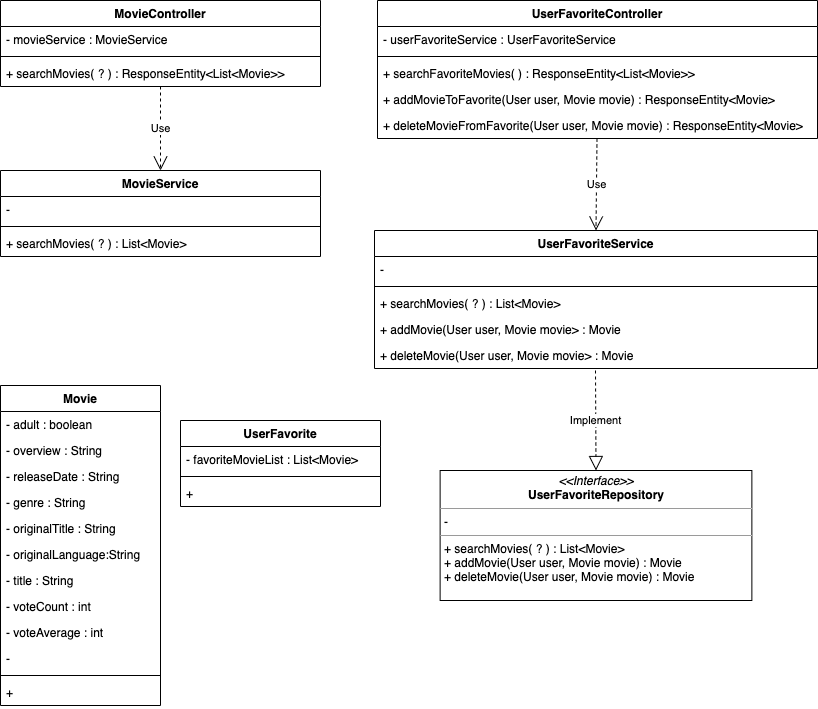
The draw.io diagram MovieAPI_ClassDiagram.png in sabomagicfeet/MovieAPI, before a commit. Source tidied: cells renumbered, new cells last; positions are measured from the earlier drawing's top-left corner, leaving out a move shared by most shapes.
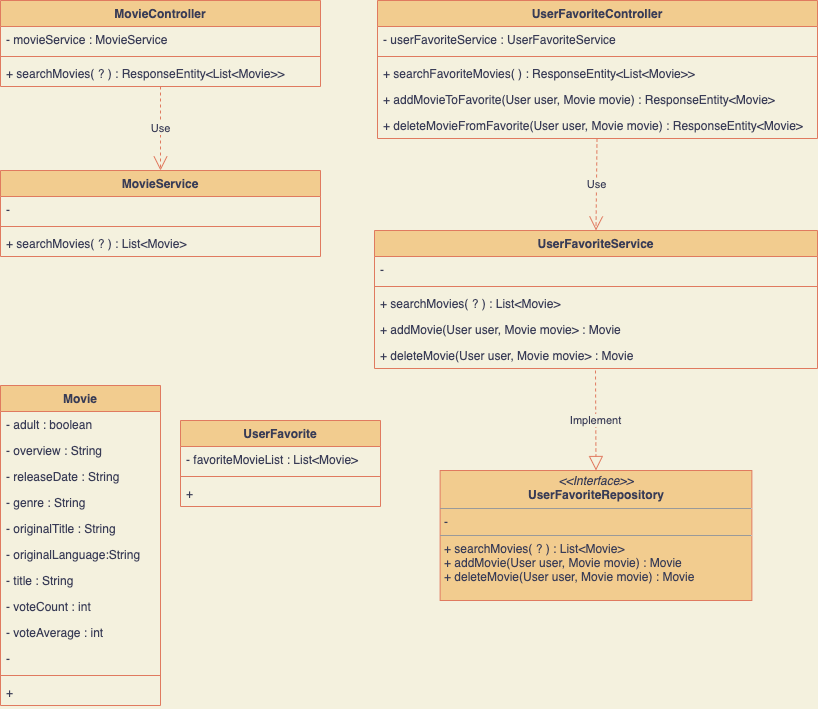
After the change.

Commit message:
change colour style of UML class diagram

Diff of the diagram source:
```diff
@@ -1,132 +1,132 @@
-<mxGraphModel>
+<mxGraphModel background="#F4F1DE">
   <root>
     <mxCell id="0" />
     <mxCell id="1" parent="0" />
-    <mxCell id="2" value="MovieController" style="swimlane;fontStyle=1;align=center;verticalAlign=top;horizontal=1;startSize=26;" parent="1" vertex="1">
+    <mxCell id="2" value="MovieController" style="swimlane;fontStyle=1;align=center;verticalAlign=top;horizontal=1;startSize=26;fillColor=#F2CC8F;strokeColor=#E07A5F;fontColor=#393C56;" parent="1" vertex="1">
       <mxGeometry width="320" height="86" as="geometry" />
     </mxCell>
-    <mxCell id="3" value="- movieService : MovieService" style="text;strokeColor=none;fillColor=none;align=left;verticalAlign=top;spacingLeft=4;spacingRight=4;overflow=hidden;" parent="2" vertex="1">
+    <mxCell id="3" value="- movieService : MovieService" style="text;strokeColor=none;fillColor=none;align=left;verticalAlign=top;spacingLeft=4;spacingRight=4;overflow=hidden;fontColor=#393C56;" parent="2" vertex="1">
       <mxGeometry y="26" width="320" height="26" as="geometry" />
     </mxCell>
-    <mxCell id="4" style="line;strokeWidth=1;fillColor=none;align=left;verticalAlign=middle;spacingTop=-1;spacingLeft=3;spacingRight=3;labelPosition=right;" parent="2" vertex="1">
+    <mxCell id="4" style="line;strokeWidth=1;fillColor=none;align=left;verticalAlign=middle;spacingTop=-1;spacingLeft=3;spacingRight=3;labelPosition=right;labelBackgroundColor=#F4F1DE;strokeColor=#E07A5F;fontColor=#393C56;" parent="2" vertex="1">
       <mxGeometry y="52" width="320" height="8" as="geometry" />
     </mxCell>
-    <mxCell id="5" value="+ searchMovies( ? ) : ResponseEntity&lt;List&lt;Movie&gt;&gt;" style="text;strokeColor=none;fillColor=none;align=left;verticalAlign=top;spacingLeft=4;spacingRight=4;overflow=hidden;points=[[0,0.5],[1,0.5]];portConstraint=eastwest;" parent="2" vertex="1">
+    <mxCell id="5" value="+ searchMovies( ? ) : ResponseEntity&lt;List&lt;Movie&gt;&gt;" style="text;strokeColor=none;fillColor=none;align=left;verticalAlign=top;spacingLeft=4;spacingRight=4;overflow=hidden;points=[[0,0.5],[1,0.5]];portConstraint=eastwest;fontColor=#393C56;" parent="2" vertex="1">
       <mxGeometry y="60" width="320" height="26" as="geometry" />
     </mxCell>
-    <mxCell id="6" value="MovieService" style="swimlane;fontStyle=1;align=center;verticalAlign=top;horizontal=1;startSize=26;" parent="1" vertex="1">
+    <mxCell id="6" value="MovieService" style="swimlane;fontStyle=1;align=center;verticalAlign=top;horizontal=1;startSize=26;fillColor=#F2CC8F;strokeColor=#E07A5F;fontColor=#393C56;" parent="1" vertex="1">
       <mxGeometry y="170" width="320" height="86" as="geometry" />
     </mxCell>
-    <mxCell id="7" value="- " style="text;strokeColor=none;fillColor=none;align=left;verticalAlign=top;spacingLeft=4;spacingRight=4;overflow=hidden;" parent="6" vertex="1">
+    <mxCell id="7" value="- " style="text;strokeColor=none;fillColor=none;align=left;verticalAlign=top;spacingLeft=4;spacingRight=4;overflow=hidden;fontColor=#393C56;" parent="6" vertex="1">
       <mxGeometry y="26" width="320" height="26" as="geometry" />
     </mxCell>
-    <mxCell id="8" style="line;strokeWidth=1;fillColor=none;align=left;verticalAlign=middle;spacingTop=-1;spacingLeft=3;spacingRight=3;labelPosition=right;" parent="6" vertex="1">
+    <mxCell id="8" style="line;strokeWidth=1;fillColor=none;align=left;verticalAlign=middle;spacingTop=-1;spacingLeft=3;spacingRight=3;labelPosition=right;labelBackgroundColor=#F4F1DE;strokeColor=#E07A5F;fontColor=#393C56;" parent="6" vertex="1">
       <mxGeometry y="52" width="320" height="8" as="geometry" />
     </mxCell>
-    <mxCell id="9" value="+ searchMovies( ? ) : List&lt;Movie&gt;" style="text;strokeColor=none;fillColor=none;align=left;verticalAlign=top;spacingLeft=4;spacingRight=4;overflow=hidden;" parent="6" vertex="1">
+    <mxCell id="9" value="+ searchMovies( ? ) : List&lt;Movie&gt;" style="text;strokeColor=none;fillColor=none;align=left;verticalAlign=top;spacingLeft=4;spacingRight=4;overflow=hidden;fontColor=#393C56;" parent="6" vertex="1">
       <mxGeometry y="60" width="320" height="26" as="geometry" />
     </mxCell>
-    <mxCell id="10" value="Use" style="endArrow=open;endSize=12;dashed=1;html=1;rounded=0;" parent="1" edge="1" source="5" target="6">
+    <mxCell id="10" value="Use" style="endArrow=open;endSize=12;dashed=1;html=1;rounded=0;labelBackgroundColor=#F4F1DE;strokeColor=#E07A5F;fontColor=#393C56;" parent="1" edge="1" source="5" target="6">
       <mxGeometry relative="1" as="geometry" />
     </mxCell>
-    <mxCell id="11" value="UserFavoriteController" style="swimlane;fontStyle=1;align=center;verticalAlign=top;horizontal=1;startSize=26;" parent="1" vertex="1">
+    <mxCell id="11" value="UserFavoriteController" style="swimlane;fontStyle=1;align=center;verticalAlign=top;horizontal=1;startSize=26;fillColor=#F2CC8F;strokeColor=#E07A5F;fontColor=#393C56;" parent="1" vertex="1">
       <mxGeometry x="377" width="440" height="138" as="geometry" />
     </mxCell>
-    <mxCell id="12" value="- userFavoriteService : UserFavoriteService" style="text;strokeColor=none;fillColor=none;align=left;verticalAlign=top;spacingLeft=4;spacingRight=4;overflow=hidden;" parent="11" vertex="1">
+    <mxCell id="12" value="- userFavoriteService : UserFavoriteService" style="text;strokeColor=none;fillColor=none;align=left;verticalAlign=top;spacingLeft=4;spacingRight=4;overflow=hidden;fontColor=#393C56;" parent="11" vertex="1">
       <mxGeometry y="26" width="440" height="26" as="geometry" />
     </mxCell>
-    <mxCell id="13" style="line;strokeWidth=1;fillColor=none;align=left;verticalAlign=middle;spacingTop=-1;spacingLeft=3;spacingRight=3;labelPosition=right;" parent="11" vertex="1">
+    <mxCell id="13" style="line;strokeWidth=1;fillColor=none;align=left;verticalAlign=middle;spacingTop=-1;spacingLeft=3;spacingRight=3;labelPosition=right;labelBackgroundColor=#F4F1DE;strokeColor=#E07A5F;fontColor=#393C56;" parent="11" vertex="1">
       <mxGeometry y="52" width="440" height="8" as="geometry" />
     </mxCell>
-    <mxCell id="14" value="+ searchFavoriteMovies( ) : ResponseEntity&lt;List&lt;Movie&gt;&gt;" style="text;strokeColor=none;fillColor=none;align=left;verticalAlign=top;spacingLeft=4;spacingRight=4;overflow=hidden;" parent="11" vertex="1">
+    <mxCell id="14" value="+ searchFavoriteMovies( ) : ResponseEntity&lt;List&lt;Movie&gt;&gt;" style="text;strokeColor=none;fillColor=none;align=left;verticalAlign=top;spacingLeft=4;spacingRight=4;overflow=hidden;fontColor=#393C56;" parent="11" vertex="1">
       <mxGeometry y="60" width="440" height="26" as="geometry" />
     </mxCell>
-    <mxCell id="15" value="+ addMovieToFavorite(User user, Movie movie) : ResponseEntity&lt;Movie&gt;" style="text;strokeColor=none;fillColor=none;align=left;verticalAlign=top;spacingLeft=4;spacingRight=4;overflow=hidden;" parent="11" vertex="1">
+    <mxCell id="15" value="+ addMovieToFavorite(User user, Movie movie) : ResponseEntity&lt;Movie&gt;" style="text;strokeColor=none;fillColor=none;align=left;verticalAlign=top;spacingLeft=4;spacingRight=4;overflow=hidden;fontColor=#393C56;" parent="11" vertex="1">
       <mxGeometry y="86" width="440" height="26" as="geometry" />
     </mxCell>
-    <mxCell id="16" value="+ deleteMovieFromFavorite(User user, Movie movie) : ResponseEntity&lt;Movie&gt;" style="text;strokeColor=none;fillColor=none;align=left;verticalAlign=top;spacingLeft=4;spacingRight=4;overflow=hidden;" parent="11" vertex="1">
+    <mxCell id="16" value="+ deleteMovieFromFavorite(User user, Movie movie) : ResponseEntity&lt;Movie&gt;" style="text;strokeColor=none;fillColor=none;align=left;verticalAlign=top;spacingLeft=4;spacingRight=4;overflow=hidden;fontColor=#393C56;" parent="11" vertex="1">
       <mxGeometry y="112" width="440" height="26" as="geometry" />
     </mxCell>
-    <mxCell id="17" value="UserFavoriteService" style="swimlane;fontStyle=1;align=center;verticalAlign=top;horizontal=1;startSize=26;" parent="1" vertex="1">
+    <mxCell id="17" value="UserFavoriteService" style="swimlane;fontStyle=1;align=center;verticalAlign=top;horizontal=1;startSize=26;fillColor=#F2CC8F;strokeColor=#E07A5F;fontColor=#393C56;" parent="1" vertex="1">
       <mxGeometry x="374" y="230" width="443" height="138" as="geometry" />
     </mxCell>
-    <mxCell id="18" value="-" style="text;strokeColor=none;fillColor=none;align=left;verticalAlign=top;spacingLeft=4;spacingRight=4;overflow=hidden;" parent="17" vertex="1">
+    <mxCell id="18" value="-" style="text;strokeColor=none;fillColor=none;align=left;verticalAlign=top;spacingLeft=4;spacingRight=4;overflow=hidden;fontColor=#393C56;" parent="17" vertex="1">
       <mxGeometry y="26" width="443" height="26" as="geometry" />
     </mxCell>
-    <mxCell id="19" style="line;strokeWidth=1;fillColor=none;align=left;verticalAlign=middle;spacingTop=-1;spacingLeft=3;spacingRight=3;labelPosition=right;" parent="17" vertex="1">
+    <mxCell id="19" style="line;strokeWidth=1;fillColor=none;align=left;verticalAlign=middle;spacingTop=-1;spacingLeft=3;spacingRight=3;labelPosition=right;labelBackgroundColor=#F4F1DE;strokeColor=#E07A5F;fontColor=#393C56;" parent="17" vertex="1">
       <mxGeometry y="52" width="443" height="8" as="geometry" />
     </mxCell>
-    <mxCell id="20" value="+ searchMovies( ? ) : List&lt;Movie&gt;" style="text;strokeColor=none;fillColor=none;align=left;verticalAlign=top;spacingLeft=4;spacingRight=4;overflow=hidden;" parent="17" vertex="1">
+    <mxCell id="20" value="+ searchMovies( ? ) : List&lt;Movie&gt;" style="text;strokeColor=none;fillColor=none;align=left;verticalAlign=top;spacingLeft=4;spacingRight=4;overflow=hidden;fontColor=#393C56;" parent="17" vertex="1">
       <mxGeometry y="60" width="443" height="26" as="geometry" />
     </mxCell>
-    <mxCell id="21" value="+ addMovie(User user, Movie movie&gt; : Movie" style="text;strokeColor=none;fillColor=none;align=left;verticalAlign=top;spacingLeft=4;spacingRight=4;overflow=hidden;" parent="17" vertex="1">
+    <mxCell id="21" value="+ addMovie(User user, Movie movie&gt; : Movie" style="text;strokeColor=none;fillColor=none;align=left;verticalAlign=top;spacingLeft=4;spacingRight=4;overflow=hidden;fontColor=#393C56;" parent="17" vertex="1">
       <mxGeometry y="86" width="443" height="26" as="geometry" />
     </mxCell>
-    <mxCell id="22" value="+ deleteMovie(User user, Movie movie&gt; : Movie" style="text;strokeColor=none;fillColor=none;align=left;verticalAlign=top;spacingLeft=4;spacingRight=4;overflow=hidden;" parent="17" vertex="1">
+    <mxCell id="22" value="+ deleteMovie(User user, Movie movie&gt; : Movie" style="text;strokeColor=none;fillColor=none;align=left;verticalAlign=top;spacingLeft=4;spacingRight=4;overflow=hidden;fontColor=#393C56;" parent="17" vertex="1">
       <mxGeometry y="112" width="443" height="26" as="geometry" />
     </mxCell>
-    <mxCell id="23" value="Use" style="endArrow=open;endSize=12;dashed=1;html=1;rounded=0;entryX=0.5;entryY=0;entryDx=0;entryDy=0;" parent="1" edge="1" target="17">
+    <mxCell id="23" value="Use" style="endArrow=open;endSize=12;dashed=1;html=1;rounded=0;entryX=0.5;entryY=0;entryDx=0;entryDy=0;labelBackgroundColor=#F4F1DE;strokeColor=#E07A5F;fontColor=#393C56;" parent="1" edge="1" target="17">
       <mxGeometry relative="1" as="geometry">
         <mxPoint x="596.5" y="138" as="sourcePoint" />
       </mxGeometry>
     </mxCell>
-    <mxCell id="24" value="&lt;p style=&quot;margin: 0px ; margin-top: 4px ; text-align: center&quot;&gt;&lt;i&gt;&amp;lt;&amp;lt;Interface&amp;gt;&amp;gt;&lt;/i&gt;&lt;br&gt;&lt;b&gt;UserFavoriteRepository&lt;/b&gt;&lt;/p&gt;&lt;hr size=&quot;1&quot;&gt;&lt;p style=&quot;margin: 0px ; margin-left: 4px&quot;&gt;-&amp;nbsp;&lt;br&gt;&lt;/p&gt;&lt;hr size=&quot;1&quot;&gt;&lt;p style=&quot;margin: 0px ; margin-left: 4px&quot;&gt;+ searchMovies( ? ) : List&amp;lt;Movie&amp;gt;&lt;/p&gt;&lt;p style=&quot;margin: 0px ; margin-left: 4px&quot;&gt;+ addMovie(User user, Movie movie) : Movie&lt;/p&gt;&lt;p style=&quot;margin: 0px ; margin-left: 4px&quot;&gt;+ deleteMovie(User user, Movie movie) : Movie&lt;/p&gt;" style="verticalAlign=top;align=left;overflow=fill;fontSize=12;fontFamily=Helvetica;html=1;" parent="1" vertex="1">
+    <mxCell id="24" value="&lt;p style=&quot;margin: 0px ; margin-top: 4px ; text-align: center&quot;&gt;&lt;i&gt;&amp;lt;&amp;lt;Interface&amp;gt;&amp;gt;&lt;/i&gt;&lt;br&gt;&lt;b&gt;UserFavoriteRepository&lt;/b&gt;&lt;/p&gt;&lt;hr size=&quot;1&quot;&gt;&lt;p style=&quot;margin: 0px ; margin-left: 4px&quot;&gt;-&amp;nbsp;&lt;br&gt;&lt;/p&gt;&lt;hr size=&quot;1&quot;&gt;&lt;p style=&quot;margin: 0px ; margin-left: 4px&quot;&gt;+ searchMovies( ? ) : List&amp;lt;Movie&amp;gt;&lt;/p&gt;&lt;p style=&quot;margin: 0px ; margin-left: 4px&quot;&gt;+ addMovie(User user, Movie movie) : Movie&lt;/p&gt;&lt;p style=&quot;margin: 0px ; margin-left: 4px&quot;&gt;+ deleteMovie(User user, Movie movie) : Movie&lt;/p&gt;" style="verticalAlign=top;align=left;overflow=fill;fontSize=12;fontFamily=Helvetica;html=1;fillColor=#F2CC8F;strokeColor=#E07A5F;fontColor=#393C56;" parent="1" vertex="1">
       <mxGeometry x="439.6" y="470" width="311.8" height="130" as="geometry" />
     </mxCell>
-    <mxCell id="25" value="Implement" style="endArrow=block;dashed=1;endFill=0;endSize=12;html=1;rounded=0;entryX=0.5;entryY=0;entryDx=0;entryDy=0;" parent="1" edge="1" target="24">
+    <mxCell id="25" value="Implement" style="endArrow=block;dashed=1;endFill=0;endSize=12;html=1;rounded=0;entryX=0.5;entryY=0;entryDx=0;entryDy=0;labelBackgroundColor=#F4F1DE;strokeColor=#E07A5F;fontColor=#393C56;" parent="1" edge="1" target="24">
       <mxGeometry relative="1" as="geometry">
         <mxPoint x="595" y="370" as="sourcePoint" />
       </mxGeometry>
     </mxCell>
-    <mxCell id="26" value="Movie" style="swimlane;fontStyle=1;align=center;verticalAlign=top;horizontal=1;startSize=26;" parent="1" vertex="1">
+    <mxCell id="26" value="Movie" style="swimlane;fontStyle=1;align=center;verticalAlign=top;horizontal=1;startSize=26;fillColor=#F2CC8F;strokeColor=#E07A5F;fontColor=#393C56;" parent="1" vertex="1">
       <mxGeometry y="385" width="160" height="320" as="geometry" />
     </mxCell>
-    <mxCell id="27" value="- adult : boolean" style="text;strokeColor=none;fillColor=none;align=left;verticalAlign=top;spacingLeft=4;spacingRight=4;overflow=hidden;" parent="26" vertex="1">
+    <mxCell id="27" value="- adult : boolean" style="text;strokeColor=none;fillColor=none;align=left;verticalAlign=top;spacingLeft=4;spacingRight=4;overflow=hidden;fontColor=#393C56;" parent="26" vertex="1">
       <mxGeometry y="26" width="160" height="26" as="geometry" />
     </mxCell>
-    <mxCell id="28" value="- overview : String" style="text;strokeColor=none;fillColor=none;align=left;verticalAlign=top;spacingLeft=4;spacingRight=4;overflow=hidden;" parent="26" vertex="1">
+    <mxCell id="28" value="- overview : String" style="text;strokeColor=none;fillColor=none;align=left;verticalAlign=top;spacingLeft=4;spacingRight=4;overflow=hidden;fontColor=#393C56;" parent="26" vertex="1">
       <mxGeometry y="52" width="160" height="26" as="geometry" />
     </mxCell>
-    <mxCell id="29" value="- releaseDate : String" style="text;strokeColor=none;fillColor=none;align=left;verticalAlign=top;spacingLeft=4;spacingRight=4;overflow=hidden;" parent="26" vertex="1">
+    <mxCell id="29" value="- releaseDate : String" style="text;strokeColor=none;fillColor=none;align=left;verticalAlign=top;spacingLeft=4;spacingRight=4;overflow=hidden;fontColor=#393C56;" parent="26" vertex="1">
       <mxGeometry y="78" width="160" height="26" as="geometry" />
     </mxCell>
-    <mxCell id="30" value="- genre : String" style="text;strokeColor=none;fillColor=none;align=left;verticalAlign=top;spacingLeft=4;spacingRight=4;overflow=hidden;" parent="26" vertex="1">
+    <mxCell id="30" value="- genre : String" style="text;strokeColor=none;fillColor=none;align=left;verticalAlign=top;spacingLeft=4;spacingRight=4;overflow=hidden;fontColor=#393C56;" parent="26" vertex="1">
       <mxGeometry y="104" width="160" height="26" as="geometry" />
     </mxCell>
-    <mxCell id="31" value="- originalTitle : String" style="text;strokeColor=none;fillColor=none;align=left;verticalAlign=top;spacingLeft=4;spacingRight=4;overflow=hidden;" parent="26" vertex="1">
+    <mxCell id="31" value="- originalTitle : String" style="text;strokeColor=none;fillColor=none;align=left;verticalAlign=top;spacingLeft=4;spacingRight=4;overflow=hidden;fontColor=#393C56;" parent="26" vertex="1">
       <mxGeometry y="130" width="160" height="26" as="geometry" />
     </mxCell>
-    <mxCell id="32" value="- originalLanguage:String" style="text;strokeColor=none;fillColor=none;align=left;verticalAlign=top;spacingLeft=4;spacingRight=4;overflow=hidden;" parent="26" vertex="1">
+    <mxCell id="32" value="- originalLanguage:String" style="text;strokeColor=none;fillColor=none;align=left;verticalAlign=top;spacingLeft=4;spacingRight=4;overflow=hidden;fontColor=#393C56;" parent="26" vertex="1">
       <mxGeometry y="156" width="160" height="26" as="geometry" />
     </mxCell>
-    <mxCell id="33" value="- title : String" style="text;strokeColor=none;fillColor=none;align=left;verticalAlign=top;spacingLeft=4;spacingRight=4;overflow=hidden;" parent="26" vertex="1">
+    <mxCell id="33" value="- title : String" style="text;strokeColor=none;fillColor=none;align=left;verticalAlign=top;spacingLeft=4;spacingRight=4;overflow=hidden;fontColor=#393C56;" parent="26" vertex="1">
       <mxGeometry y="182" width="160" height="26" as="geometry" />
     </mxCell>
-    <mxCell id="34" value="- voteCount : int" style="text;strokeColor=none;fillColor=none;align=left;verticalAlign=top;spacingLeft=4;spacingRight=4;overflow=hidden;" parent="26" vertex="1">
+    <mxCell id="34" value="- voteCount : int" style="text;strokeColor=none;fillColor=none;align=left;verticalAlign=top;spacingLeft=4;spacingRight=4;overflow=hidden;fontColor=#393C56;" parent="26" vertex="1">
       <mxGeometry y="208" width="160" height="26" as="geometry" />
     </mxCell>
-    <mxCell id="35" value="- voteAverage : int" style="text;strokeColor=none;fillColor=none;align=left;verticalAlign=top;spacingLeft=4;spacingRight=4;overflow=hidden;" parent="26" vertex="1">
+    <mxCell id="35" value="- voteAverage : int" style="text;strokeColor=none;fillColor=none;align=left;verticalAlign=top;spacingLeft=4;spacingRight=4;overflow=hidden;fontColor=#393C56;" parent="26" vertex="1">
       <mxGeometry y="234" width="160" height="26" as="geometry" />
     </mxCell>
-    <mxCell id="36" value="- " style="text;strokeColor=none;fillColor=none;align=left;verticalAlign=top;spacingLeft=4;spacingRight=4;overflow=hidden;" parent="26" vertex="1">
+    <mxCell id="36" value="- " style="text;strokeColor=none;fillColor=none;align=left;verticalAlign=top;spacingLeft=4;spacingRight=4;overflow=hidden;fontColor=#393C56;" parent="26" vertex="1">
       <mxGeometry y="260" width="160" height="26" as="geometry" />
     </mxCell>
-    <mxCell id="37" style="line;strokeWidth=1;fillColor=none;align=left;verticalAlign=middle;spacingTop=-1;spacingLeft=3;spacingRight=3;labelPosition=right;" parent="26" vertex="1">
+    <mxCell id="37" style="line;strokeWidth=1;fillColor=none;align=left;verticalAlign=middle;spacingTop=-1;spacingLeft=3;spacingRight=3;labelPosition=right;labelBackgroundColor=#F4F1DE;strokeColor=#E07A5F;fontColor=#393C56;" parent="26" vertex="1">
       <mxGeometry y="286" width="160" height="8" as="geometry" />
     </mxCell>
-    <mxCell id="38" value="+ " style="text;strokeColor=none;fillColor=none;align=left;verticalAlign=top;spacingLeft=4;spacingRight=4;overflow=hidden;" parent="26" vertex="1">
+    <mxCell id="38" value="+ " style="text;strokeColor=none;fillColor=none;align=left;verticalAlign=top;spacingLeft=4;spacingRight=4;overflow=hidden;fontColor=#393C56;" parent="26" vertex="1">
       <mxGeometry y="294" width="160" height="26" as="geometry" />
     </mxCell>
-    <mxCell id="39" value="UserFavorite" style="swimlane;fontStyle=1;align=center;verticalAlign=top;horizontal=1;startSize=26;" parent="1" vertex="1">
+    <mxCell id="39" value="UserFavorite" style="swimlane;fontStyle=1;align=center;verticalAlign=top;horizontal=1;startSize=26;fillColor=#F2CC8F;strokeColor=#E07A5F;fontColor=#393C56;" parent="1" vertex="1">
       <mxGeometry x="180" y="420" width="200" height="86" as="geometry" />
     </mxCell>
-    <mxCell id="40" value="- favoriteMovieList : List&lt;Movie&gt;" style="text;strokeColor=none;fillColor=none;align=left;verticalAlign=top;spacingLeft=4;spacingRight=4;overflow=hidden;" parent="39" vertex="1">
+    <mxCell id="40" value="- favoriteMovieList : List&lt;Movie&gt;" style="text;strokeColor=none;fillColor=none;align=left;verticalAlign=top;spacingLeft=4;spacingRight=4;overflow=hidden;fontColor=#393C56;" parent="39" vertex="1">
       <mxGeometry y="26" width="200" height="26" as="geometry" />
     </mxCell>
-    <mxCell id="41" style="line;strokeWidth=1;fillColor=none;align=left;verticalAlign=middle;spacingTop=-1;spacingLeft=3;spacingRight=3;labelPosition=right;" parent="39" vertex="1">
+    <mxCell id="41" style="line;strokeWidth=1;fillColor=none;align=left;verticalAlign=middle;spacingTop=-1;spacingLeft=3;spacingRight=3;labelPosition=right;labelBackgroundColor=#F4F1DE;strokeColor=#E07A5F;fontColor=#393C56;" parent="39" vertex="1">
       <mxGeometry y="52" width="200" height="8" as="geometry" />
     </mxCell>
-    <mxCell id="42" value="+ " style="text;strokeColor=none;fillColor=none;align=left;verticalAlign=top;spacingLeft=4;spacingRight=4;overflow=hidden;" parent="39" vertex="1">
+    <mxCell id="42" value="+ " style="text;strokeColor=none;fillColor=none;align=left;verticalAlign=top;spacingLeft=4;spacingRight=4;overflow=hidden;fontColor=#393C56;" parent="39" vertex="1">
       <mxGeometry y="60" width="200" height="26" as="geometry" />
     </mxCell>
   </root>
```
